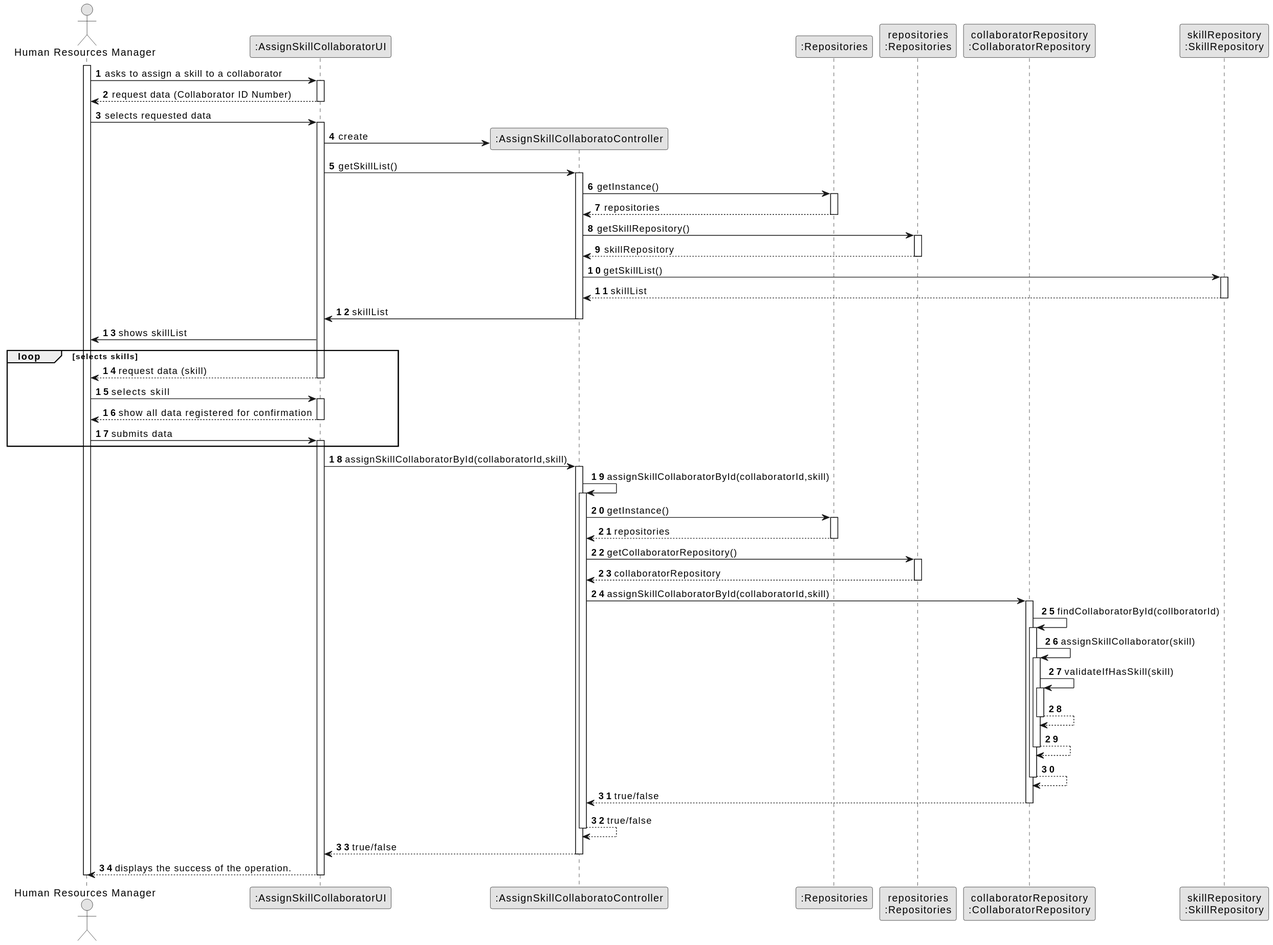
Earlier version of the PlantUML export docs/sprintB/us004/03.design/svg/us004-sequence-diagram-full.svg (SAEmanuel/Green_Spaces_Management_ISEP).
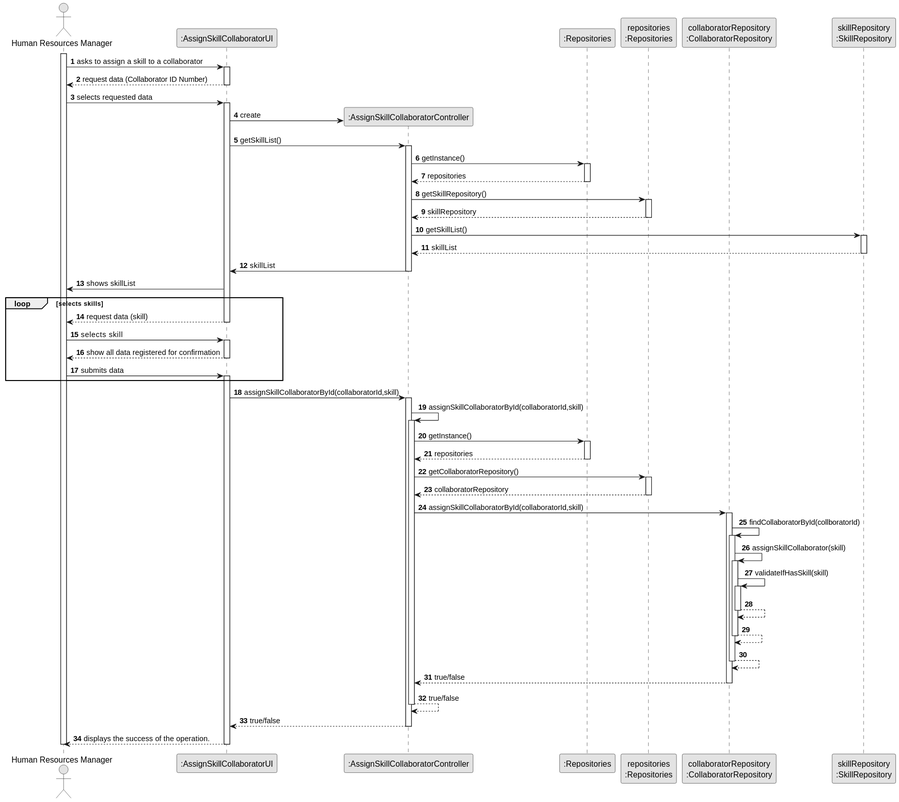
Above is the later version.

The edit, as a diff of the source:
```diff
@@ -7,7 +7,7 @@
 
 actor "Human Resources Manager" as HRM
 participant ":AssignSkillCollaboratorUI" as UI
-participant ":AssignSkillCollaboratoController" as CTRL
+participant ":AssignSkillCollaboratorController" as CTRL
 participant ":Repositories" as RepositorySingleton
 participant "repositories\n:Repositories" as PLAT
 participant "collaboratorRepository\n:CollaboratorRepository" as collaboratorRepository
```
